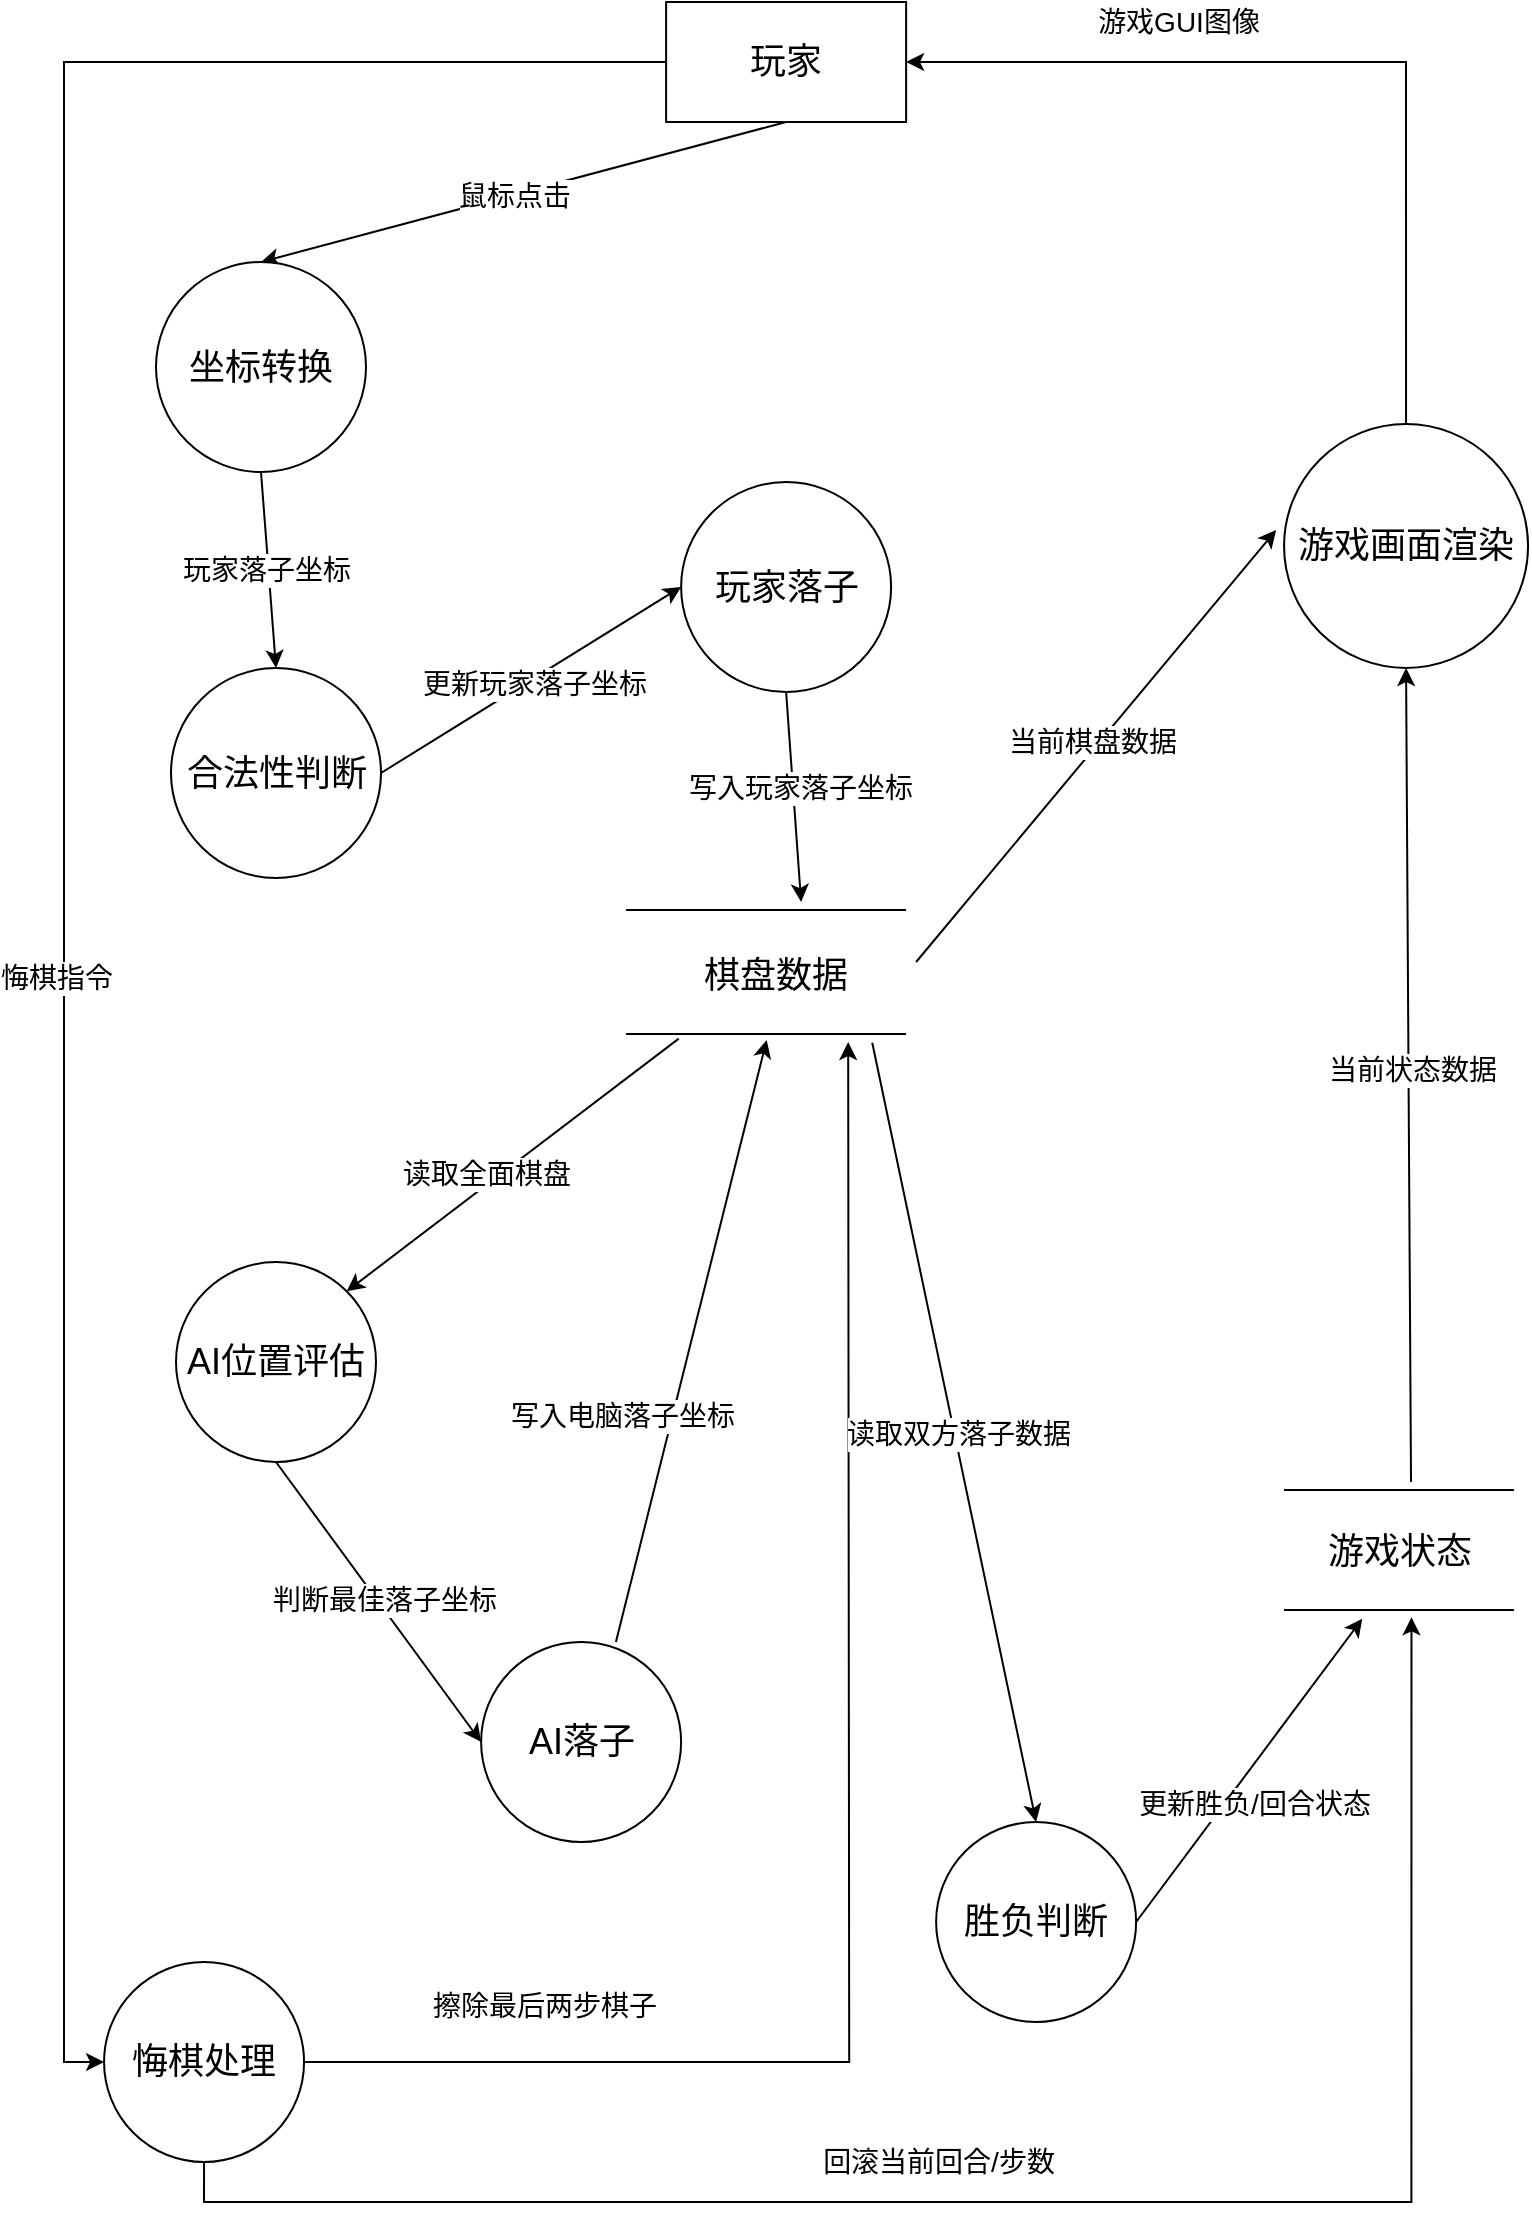
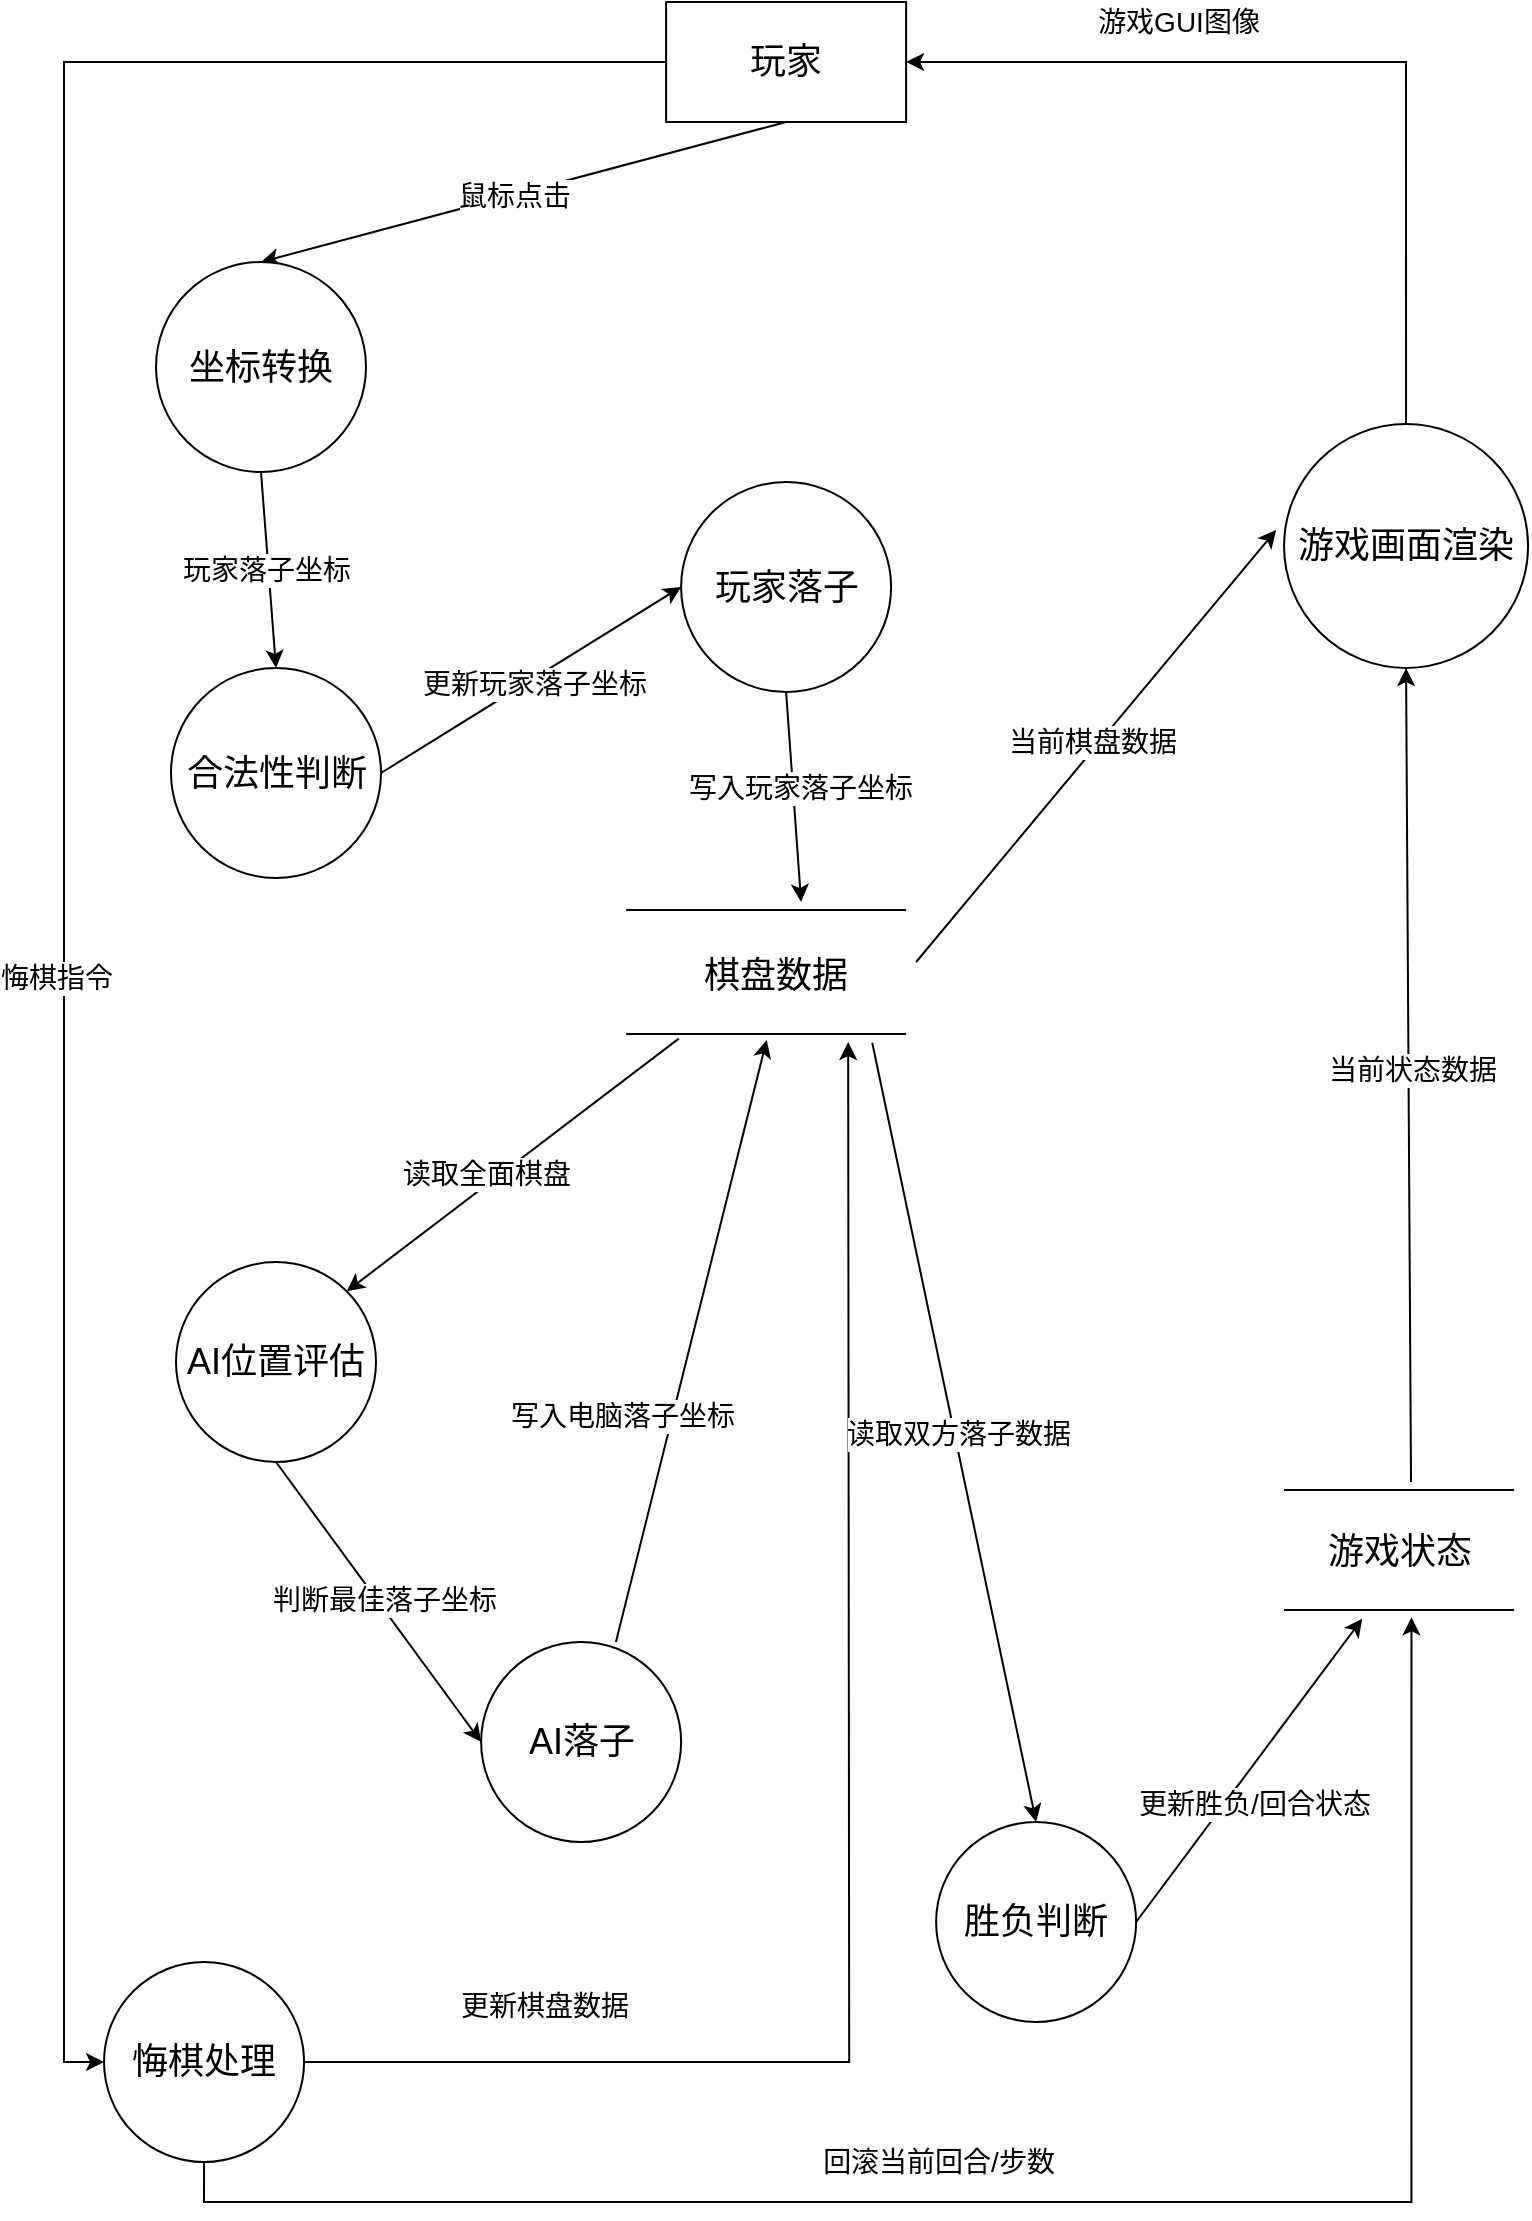
<mxfile host="app.diagrams.net">
  <diagram name="Page-1" id="hryGj0KzSXnJhMcqTr9-">
    <mxGraphModel dx="1716" dy="1179" grid="1" gridSize="10" guides="1" tooltips="1" connect="1" arrows="1" fold="1" page="1" pageScale="1" pageWidth="827" pageHeight="1169" math="0" shadow="0">
      <root>
        <mxCell id="0" />
        <mxCell id="1" parent="0" />
        <mxCell id="fDHwApNMCYBN-XmplwMt-11" edge="1" parent="1" source="fDHwApNMCYBN-XmplwMt-3" style="rounded=0;orthogonalLoop=1;jettySize=auto;html=1;exitX=0.5;exitY=1;exitDx=0;exitDy=0;entryX=0.5;entryY=0;entryDx=0;entryDy=0;" target="SoA14i47H3jGXmkj97EN-22">
          <mxGeometry relative="1" as="geometry">
            <mxPoint x="94.03" y="280" as="targetPoint" />
          </mxGeometry>
        </mxCell>
        <mxCell id="fDHwApNMCYBN-XmplwMt-12" connectable="0" parent="fDHwApNMCYBN-XmplwMt-11" style="edgeLabel;html=1;align=center;verticalAlign=middle;resizable=0;points=[];" value="&lt;font style=&quot;font-size: 14px;&quot;&gt;鼠标点击&lt;/font&gt;" vertex="1">
          <mxGeometry relative="1" x="0.0364" as="geometry">
            <mxPoint as="offset" />
          </mxGeometry>
        </mxCell>
        <mxCell id="SoA14i47H3jGXmkj97EN-53" edge="1" parent="1" source="fDHwApNMCYBN-XmplwMt-3" style="edgeStyle=orthogonalEdgeStyle;rounded=0;orthogonalLoop=1;jettySize=auto;html=1;exitX=0;exitY=0.5;exitDx=0;exitDy=0;entryX=0;entryY=0.5;entryDx=0;entryDy=0;" target="SoA14i47H3jGXmkj97EN-41">
          <mxGeometry relative="1" as="geometry" />
        </mxCell>
        <mxCell id="SoA14i47H3jGXmkj97EN-54" connectable="0" parent="SoA14i47H3jGXmkj97EN-53" style="edgeLabel;html=1;align=center;verticalAlign=middle;resizable=0;points=[];" value="&lt;font style=&quot;font-size: 14px;&quot;&gt;悔棋指令&lt;/font&gt;" vertex="1">
          <mxGeometry relative="1" x="-0.1018" y="-4" as="geometry">
            <mxPoint y="165" as="offset" />
          </mxGeometry>
        </mxCell>
        <mxCell id="fDHwApNMCYBN-XmplwMt-3" parent="1" style="rounded=0;whiteSpace=wrap;html=1;" value="&lt;font style=&quot;font-size: 18px;&quot;&gt;玩家&lt;/font&gt;" vertex="1">
          <mxGeometry height="60" width="120" x="355.05999999999995" y="30" as="geometry" />
        </mxCell>
        <mxCell id="SoA14i47H3jGXmkj97EN-37" edge="1" parent="1" source="SoA14i47H3jGXmkj97EN-64" style="edgeStyle=orthogonalEdgeStyle;rounded=0;orthogonalLoop=1;jettySize=auto;html=1;exitX=0.5;exitY=0;exitDx=0;exitDy=0;entryX=1;entryY=0.5;entryDx=0;entryDy=0;" target="fDHwApNMCYBN-XmplwMt-3">
          <mxGeometry relative="1" as="geometry">
            <mxPoint x="724.0300000000001" y="278" as="sourcePoint" />
            <mxPoint x="724.0300000000002" y="170" as="targetPoint" />
          </mxGeometry>
        </mxCell>
        <mxCell id="SoA14i47H3jGXmkj97EN-38" connectable="0" parent="SoA14i47H3jGXmkj97EN-37" style="edgeLabel;html=1;align=center;verticalAlign=middle;resizable=0;points=[];" value="&lt;font style=&quot;font-size: 14px;&quot;&gt;游戏GUI图像&lt;/font&gt;" vertex="1">
          <mxGeometry relative="1" x="0.0741" as="geometry">
            <mxPoint x="-64" y="-20" as="offset" />
          </mxGeometry>
        </mxCell>
        <mxCell id="SoA14i47H3jGXmkj97EN-14" edge="1" parent="1" source="SoA14i47H3jGXmkj97EN-28" style="endArrow=classic;html=1;rounded=0;exitX=0.188;exitY=0.792;exitDx=0;exitDy=0;exitPerimeter=0;entryX=1;entryY=0;entryDx=0;entryDy=0;" target="SoA14i47H3jGXmkj97EN-23" value="">
          <mxGeometry height="50" relative="1" width="50" as="geometry">
            <mxPoint x="368.4000000000001" y="338.00399999999996" as="sourcePoint" />
            <mxPoint x="178.56" y="450" as="targetPoint" />
          </mxGeometry>
        </mxCell>
        <mxCell id="SoA14i47H3jGXmkj97EN-15" connectable="0" parent="SoA14i47H3jGXmkj97EN-14" style="edgeLabel;html=1;align=center;verticalAlign=middle;resizable=0;points=[];" value="&lt;font style=&quot;font-size: 14px;&quot;&gt;读取全面棋盘&lt;/font&gt;" vertex="1">
          <mxGeometry relative="1" x="-0.1782" as="geometry">
            <mxPoint x="-29" y="16" as="offset" />
          </mxGeometry>
        </mxCell>
        <mxCell id="SoA14i47H3jGXmkj97EN-16" edge="1" parent="1" style="endArrow=classic;html=1;rounded=0;" value="">
          <mxGeometry height="50" relative="1" width="50" as="geometry">
            <mxPoint x="480.06" y="510" as="sourcePoint" />
            <mxPoint x="660.0600000000001" y="294" as="targetPoint" />
          </mxGeometry>
        </mxCell>
        <mxCell id="SoA14i47H3jGXmkj97EN-17" connectable="0" parent="SoA14i47H3jGXmkj97EN-16" style="edgeLabel;html=1;align=center;verticalAlign=middle;resizable=0;points=[];" value="&lt;span style=&quot;font-size: 14px;&quot;&gt;当前棋盘数据&lt;/span&gt;" vertex="1">
          <mxGeometry relative="1" x="0.0202" y="1" as="geometry">
            <mxPoint x="-3" y="1" as="offset" />
          </mxGeometry>
        </mxCell>
        <mxCell id="SoA14i47H3jGXmkj97EN-85" edge="1" parent="1" source="SoA14i47H3jGXmkj97EN-22" style="rounded=0;orthogonalLoop=1;jettySize=auto;html=1;exitX=0.5;exitY=1;exitDx=0;exitDy=0;entryX=0.5;entryY=0;entryDx=0;entryDy=0;" target="SoA14i47H3jGXmkj97EN-84">
          <mxGeometry relative="1" as="geometry" />
        </mxCell>
        <mxCell id="SoA14i47H3jGXmkj97EN-86" connectable="0" parent="SoA14i47H3jGXmkj97EN-85" style="edgeLabel;html=1;align=center;verticalAlign=middle;resizable=0;points=[];" value="&lt;font style=&quot;font-size: 14px;&quot;&gt;玩家落子坐标&lt;/font&gt;" vertex="1">
          <mxGeometry relative="1" x="0.004" y="-2" as="geometry">
            <mxPoint y="-1" as="offset" />
          </mxGeometry>
        </mxCell>
        <mxCell id="SoA14i47H3jGXmkj97EN-22" parent="1" style="ellipse;whiteSpace=wrap;html=1;aspect=fixed;" value="&lt;font style=&quot;font-size: 18px;&quot;&gt;坐标转换&lt;/font&gt;" vertex="1">
          <mxGeometry height="105" width="105" x="100" y="160" as="geometry" />
        </mxCell>
        <mxCell id="SoA14i47H3jGXmkj97EN-23" parent="1" style="ellipse;whiteSpace=wrap;html=1;aspect=fixed;" value="&lt;font style=&quot;font-size: 18px;&quot;&gt;AI位置评估&lt;/font&gt;" vertex="1">
          <mxGeometry height="100" width="100" x="110" y="660" as="geometry" />
        </mxCell>
        <mxCell id="SoA14i47H3jGXmkj97EN-24" parent="1" style="ellipse;whiteSpace=wrap;html=1;aspect=fixed;" value="&lt;font style=&quot;font-size: 18px;&quot;&gt;AI落子&lt;/font&gt;" vertex="1">
          <mxGeometry height="100" width="100" x="262.56" y="850" as="geometry" />
        </mxCell>
        <mxCell id="SoA14i47H3jGXmkj97EN-60" edge="1" parent="1" source="SoA14i47H3jGXmkj97EN-25" style="rounded=0;orthogonalLoop=1;jettySize=auto;html=1;exitX=1;exitY=0.5;exitDx=0;exitDy=0;entryX=0.34;entryY=1.051;entryDx=0;entryDy=0;entryPerimeter=0;" target="SoA14i47H3jGXmkj97EN-50">
          <mxGeometry relative="1" as="geometry">
            <mxPoint x="700.0600000000001" y="710" as="targetPoint" />
          </mxGeometry>
        </mxCell>
        <mxCell id="SoA14i47H3jGXmkj97EN-61" connectable="0" parent="SoA14i47H3jGXmkj97EN-60" style="edgeLabel;html=1;align=center;verticalAlign=middle;resizable=0;points=[];" value="&lt;font style=&quot;font-size: 14px;&quot;&gt;更新胜负/回合状态&lt;/font&gt;" vertex="1">
          <mxGeometry relative="1" x="-0.1486" y="-2" as="geometry">
            <mxPoint x="9" y="4" as="offset" />
          </mxGeometry>
        </mxCell>
        <mxCell id="SoA14i47H3jGXmkj97EN-25" parent="1" style="ellipse;whiteSpace=wrap;html=1;aspect=fixed;" value="&lt;font style=&quot;font-size: 18px;&quot;&gt;胜负判断&lt;/font&gt;" vertex="1">
          <mxGeometry height="100" width="100" x="490.06" y="940" as="geometry" />
        </mxCell>
        <mxCell id="SoA14i47H3jGXmkj97EN-27" parent="1" style="line;strokeWidth=1;fillColor=none;align=left;verticalAlign=middle;spacingTop=-1;spacingLeft=3;spacingRight=3;rotatable=0;labelPosition=right;points=[];portConstraint=eastwest;strokeColor=inherit;" value="" vertex="1">
          <mxGeometry height="8" width="140" x="335.06" y="480" as="geometry" />
        </mxCell>
        <mxCell id="SoA14i47H3jGXmkj97EN-28" parent="1" style="line;strokeWidth=1;fillColor=none;align=left;verticalAlign=middle;spacingTop=-1;spacingLeft=3;spacingRight=3;rotatable=0;labelPosition=right;points=[];portConstraint=eastwest;strokeColor=inherit;" value="" vertex="1">
          <mxGeometry height="8" width="140" x="335.06" y="542" as="geometry" />
        </mxCell>
        <mxCell id="SoA14i47H3jGXmkj97EN-29" parent="1" style="text;html=1;whiteSpace=wrap;strokeColor=none;fillColor=none;align=center;verticalAlign=middle;rounded=0;" value="&lt;font style=&quot;font-size: 18px;&quot;&gt;棋盘数据&lt;/font&gt;" vertex="1">
          <mxGeometry height="30" width="110" x="355.06" y="502" as="geometry" />
        </mxCell>
        <mxCell id="SoA14i47H3jGXmkj97EN-31" edge="1" parent="1" source="SoA14i47H3jGXmkj97EN-23" style="endArrow=classic;html=1;rounded=0;entryX=0;entryY=0.5;entryDx=0;entryDy=0;exitX=0.5;exitY=1;exitDx=0;exitDy=0;" target="SoA14i47H3jGXmkj97EN-24" value="">
          <mxGeometry height="50" relative="1" width="50" as="geometry">
            <mxPoint x="451.96299999999997" y="390" as="sourcePoint" />
            <mxPoint x="189.63999999999993" y="640.336" as="targetPoint" />
          </mxGeometry>
        </mxCell>
        <mxCell id="SoA14i47H3jGXmkj97EN-71" connectable="0" parent="SoA14i47H3jGXmkj97EN-31" style="edgeLabel;html=1;align=center;verticalAlign=middle;resizable=0;points=[];" value="&lt;font style=&quot;font-size: 14px;&quot;&gt;判断最佳落子坐标&lt;/font&gt;" vertex="1">
          <mxGeometry relative="1" x="0.0182" y="2" as="geometry">
            <mxPoint y="-1" as="offset" />
          </mxGeometry>
        </mxCell>
        <mxCell id="SoA14i47H3jGXmkj97EN-35" edge="1" parent="1" source="SoA14i47H3jGXmkj97EN-24" style="rounded=0;orthogonalLoop=1;jettySize=auto;html=1;exitX=0.674;exitY=0;exitDx=0;exitDy=0;entryX=0.502;entryY=0.875;entryDx=0;entryDy=0;entryPerimeter=0;exitPerimeter=0;" target="SoA14i47H3jGXmkj97EN-28">
          <mxGeometry relative="1" as="geometry" />
        </mxCell>
        <mxCell id="SoA14i47H3jGXmkj97EN-36" connectable="0" parent="SoA14i47H3jGXmkj97EN-35" style="edgeLabel;html=1;align=center;verticalAlign=middle;resizable=0;points=[];" value="&lt;span style=&quot;font-size: 14px;&quot;&gt;写入电脑落子坐标&lt;/span&gt;" vertex="1">
          <mxGeometry relative="1" x="-0.0044" y="1" as="geometry">
            <mxPoint x="-34" y="37" as="offset" />
          </mxGeometry>
        </mxCell>
        <mxCell id="SoA14i47H3jGXmkj97EN-55" edge="1" parent="1" source="SoA14i47H3jGXmkj97EN-41" style="edgeStyle=orthogonalEdgeStyle;rounded=0;orthogonalLoop=1;jettySize=auto;html=1;exitX=1;exitY=0.5;exitDx=0;exitDy=0;entryX=0.75;entryY=1;entryDx=0;entryDy=0;entryPerimeter=0;">
          <mxGeometry relative="1" as="geometry">
            <mxPoint x="180.06000000000003" y="1060" as="sourcePoint" />
            <mxPoint x="446.09" y="550" as="targetPoint" />
          </mxGeometry>
        </mxCell>
-         <mxCell id="SoA14i47H3jGXmkj97EN-57" connectable="0" parent="SoA14i47H3jGXmkj97EN-55" style="edgeLabel;html=1;align=center;verticalAlign=middle;resizable=0;points=[];" value="&lt;font style=&quot;font-size: 14px;&quot;&gt;擦除最后两步棋子&lt;/font&gt;" vertex="1">
+         <mxCell id="SoA14i47H3jGXmkj97EN-57" connectable="0" parent="SoA14i47H3jGXmkj97EN-55" style="edgeLabel;html=1;align=center;verticalAlign=middle;resizable=0;points=[];" value="&lt;font style=&quot;font-size: 14px;&quot;&gt;更新棋盘数据&lt;/font&gt;" vertex="1">
          <mxGeometry relative="1" x="-0.6914" y="3" as="geometry">
            <mxPoint x="-1" y="-25" as="offset" />
          </mxGeometry>
        </mxCell>
        <mxCell id="SoA14i47H3jGXmkj97EN-41" parent="1" style="ellipse;whiteSpace=wrap;html=1;aspect=fixed;" value="&lt;font style=&quot;font-size: 18px;&quot;&gt;悔棋处理&lt;/font&gt;" vertex="1">
          <mxGeometry height="100" width="100" x="74.03" y="1010" as="geometry" />
        </mxCell>
        <mxCell id="SoA14i47H3jGXmkj97EN-49" parent="1" style="line;strokeWidth=1;fillColor=none;align=left;verticalAlign=middle;spacingTop=-1;spacingLeft=3;spacingRight=3;rotatable=0;labelPosition=right;points=[];portConstraint=eastwest;strokeColor=inherit;" value="" vertex="1">
          <mxGeometry height="8" width="115" x="664.0300000000001" y="770" as="geometry" />
        </mxCell>
        <mxCell id="SoA14i47H3jGXmkj97EN-50" parent="1" style="line;strokeWidth=1;fillColor=none;align=left;verticalAlign=middle;spacingTop=-1;spacingLeft=3;spacingRight=3;rotatable=0;labelPosition=right;points=[];portConstraint=eastwest;strokeColor=inherit;" value="" vertex="1">
          <mxGeometry height="8" width="115" x="664.0300000000001" y="830" as="geometry" />
        </mxCell>
        <mxCell id="SoA14i47H3jGXmkj97EN-51" parent="1" style="text;html=1;whiteSpace=wrap;strokeColor=none;fillColor=none;align=center;verticalAlign=middle;rounded=0;" value="&lt;span style=&quot;font-size: 18px;&quot;&gt;游戏状态&lt;/span&gt;" vertex="1">
          <mxGeometry height="30" width="110" x="666.5300000000001" y="790" as="geometry" />
        </mxCell>
        <mxCell id="SoA14i47H3jGXmkj97EN-65" edge="1" parent="1" source="SoA14i47H3jGXmkj97EN-28" style="endArrow=classic;html=1;rounded=0;exitX=0.879;exitY=1.042;exitDx=0;exitDy=0;exitPerimeter=0;entryX=0.5;entryY=0;entryDx=0;entryDy=0;" target="SoA14i47H3jGXmkj97EN-25" value="">
          <mxGeometry height="50" relative="1" width="50" as="geometry">
            <mxPoint x="610.0600000000001" y="570" as="sourcePoint" />
            <mxPoint x="540" y="930" as="targetPoint" />
          </mxGeometry>
        </mxCell>
        <mxCell id="SoA14i47H3jGXmkj97EN-81" connectable="0" parent="SoA14i47H3jGXmkj97EN-65" style="edgeLabel;html=1;align=center;verticalAlign=middle;resizable=0;points=[];" value="&lt;font style=&quot;font-size: 14px;&quot;&gt;读取双方落子数据&lt;/font&gt;" vertex="1">
          <mxGeometry relative="1" x="0.0041" y="2" as="geometry">
            <mxPoint as="offset" />
          </mxGeometry>
        </mxCell>
        <mxCell id="SoA14i47H3jGXmkj97EN-66" edge="1" parent="1" source="SoA14i47H3jGXmkj97EN-41" style="edgeStyle=orthogonalEdgeStyle;rounded=0;orthogonalLoop=1;jettySize=auto;html=1;exitX=0.5;exitY=1;exitDx=0;exitDy=0;entryX=0.554;entryY=0.958;entryDx=0;entryDy=0;entryPerimeter=0;" target="SoA14i47H3jGXmkj97EN-50">
          <mxGeometry relative="1" as="geometry" />
        </mxCell>
        <mxCell id="SoA14i47H3jGXmkj97EN-68" connectable="0" parent="SoA14i47H3jGXmkj97EN-66" style="edgeLabel;html=1;align=center;verticalAlign=middle;resizable=0;points=[];" value="&lt;font style=&quot;font-size: 14px;&quot;&gt;回滚当前回合/步数&lt;/font&gt;" vertex="1">
          <mxGeometry relative="1" x="-0.156" y="-3" as="geometry">
            <mxPoint y="-23" as="offset" />
          </mxGeometry>
        </mxCell>
        <mxCell id="SoA14i47H3jGXmkj97EN-67" edge="1" parent="1" source="SoA14i47H3jGXmkj97EN-49" style="endArrow=classic;html=1;rounded=0;exitX=0.552;exitY=0;exitDx=0;exitDy=0;exitPerimeter=0;entryX=0.5;entryY=1;entryDx=0;entryDy=0;" target="SoA14i47H3jGXmkj97EN-64" value="">
          <mxGeometry height="50" relative="1" width="50" as="geometry">
            <mxPoint x="663.0300000000001" y="530" as="sourcePoint" />
            <mxPoint x="713.0300000000001" y="480" as="targetPoint" />
          </mxGeometry>
        </mxCell>
        <mxCell id="SoA14i47H3jGXmkj97EN-83" connectable="0" parent="SoA14i47H3jGXmkj97EN-67" style="edgeLabel;html=1;align=center;verticalAlign=middle;resizable=0;points=[];" value="&lt;font style=&quot;font-size: 14px;&quot;&gt;当前状态数据&lt;/font&gt;" vertex="1">
          <mxGeometry relative="1" x="0.0127" y="-1" as="geometry">
            <mxPoint as="offset" />
          </mxGeometry>
        </mxCell>
        <mxCell id="SoA14i47H3jGXmkj97EN-64" parent="1" style="ellipse;whiteSpace=wrap;html=1;aspect=fixed;" value="&lt;font style=&quot;font-size: 18px;&quot;&gt;游戏画面渲染&lt;/font&gt;" vertex="1">
          <mxGeometry height="122" width="122" x="664.0300000000001" y="241" as="geometry" />
        </mxCell>
        <mxCell id="SoA14i47H3jGXmkj97EN-74" parent="1" style="ellipse;whiteSpace=wrap;html=1;aspect=fixed;" value="&lt;font style=&quot;font-size: 18px;&quot;&gt;玩家落子&lt;/font&gt;" vertex="1">
          <mxGeometry height="105" width="105" x="362.56" y="270" as="geometry" />
        </mxCell>
        <mxCell id="SoA14i47H3jGXmkj97EN-78" edge="1" parent="1" source="SoA14i47H3jGXmkj97EN-74" style="rounded=0;orthogonalLoop=1;jettySize=auto;html=1;exitX=0.5;exitY=1;exitDx=0;exitDy=0;entryX=0.625;entryY=0;entryDx=0;entryDy=0;entryPerimeter=0;" target="SoA14i47H3jGXmkj97EN-27">
          <mxGeometry relative="1" as="geometry">
            <mxPoint x="430.06" y="360" as="targetPoint" />
          </mxGeometry>
        </mxCell>
        <mxCell id="SoA14i47H3jGXmkj97EN-80" connectable="0" parent="SoA14i47H3jGXmkj97EN-78" style="edgeLabel;html=1;align=center;verticalAlign=middle;resizable=0;points=[];" value="&lt;font style=&quot;font-size: 14px;&quot;&gt;写入玩家落子坐标&lt;/font&gt;" vertex="1">
          <mxGeometry relative="1" x="-0.0903" y="3" as="geometry">
            <mxPoint as="offset" />
          </mxGeometry>
        </mxCell>
        <mxCell id="SoA14i47H3jGXmkj97EN-87" edge="1" parent="1" source="SoA14i47H3jGXmkj97EN-84" style="rounded=0;orthogonalLoop=1;jettySize=auto;html=1;exitX=1;exitY=0.5;exitDx=0;exitDy=0;entryX=0;entryY=0.5;entryDx=0;entryDy=0;" target="SoA14i47H3jGXmkj97EN-74">
          <mxGeometry relative="1" as="geometry" />
        </mxCell>
        <mxCell id="SoA14i47H3jGXmkj97EN-88" connectable="0" parent="SoA14i47H3jGXmkj97EN-87" style="edgeLabel;html=1;align=center;verticalAlign=middle;resizable=0;points=[];" value="&lt;font style=&quot;font-size: 14px;&quot;&gt;更新玩家落子坐标&lt;/font&gt;" vertex="1">
          <mxGeometry relative="1" x="0.0028" y="-2" as="geometry">
            <mxPoint as="offset" />
          </mxGeometry>
        </mxCell>
        <mxCell id="SoA14i47H3jGXmkj97EN-84" parent="1" style="ellipse;whiteSpace=wrap;html=1;aspect=fixed;" value="&lt;span style=&quot;font-size: 18px;&quot;&gt;合法性判断&lt;/span&gt;" vertex="1">
          <mxGeometry height="105" width="105" x="107.5" y="363" as="geometry" />
        </mxCell>
      </root>
    </mxGraphModel>
  </diagram>
</mxfile>
